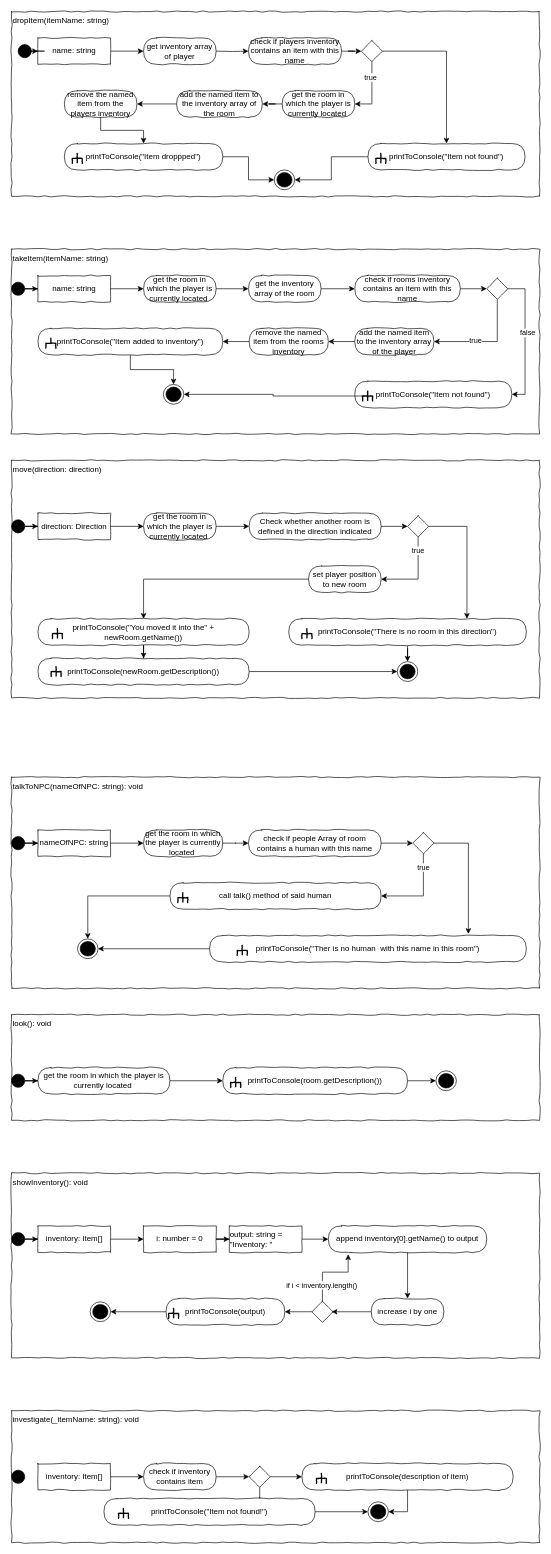
The draw.io diagram page "Player" (2 of 6) of concept/classes.drawio in AljoshaVieth/SoftwareDesignTextAdventure, before the edit. Source tidied: cells renumbered, new cells numbered last; positions are measured from the earlier drawing's top-left corner, leaving out a move shared by most shapes. Both pictures are drawn from the tidied source at 66%, with x=0, y=0 at pixel (11, 11).
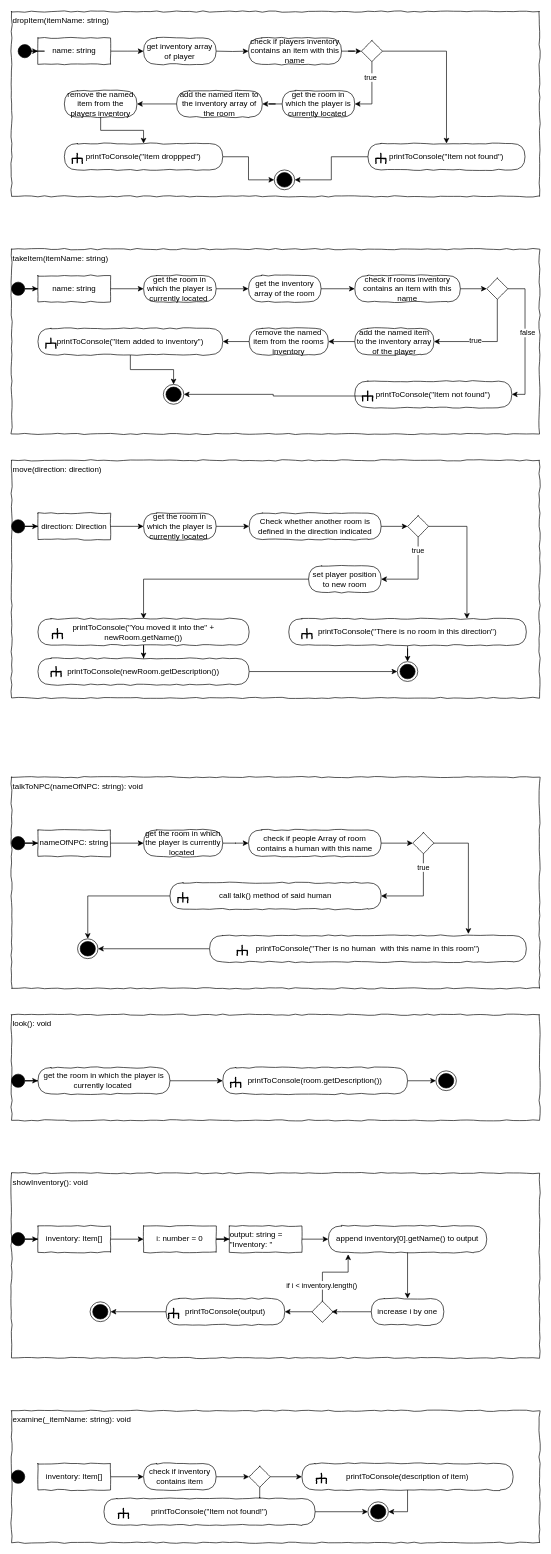
After the change.

Commit message (it also covers changes not shown here):
altered diagram to add examine function(investigate)

Change to the diagram source:
```diff
@@
-    <mxCell id="155" value="&lt;div style=&quot;text-align: left&quot;&gt;&lt;span&gt;investigate(_itemName: string): void&lt;/span&gt;&lt;/div&gt;" style="rounded=0;whiteSpace=wrap;html=1;shadow=0;glass=0;comic=1;strokeColor=#000000;labelPosition=center;verticalLabelPosition=middle;align=left;verticalAlign=top;absoluteArcSize=1;arcSize=50;" parent="1" vertex="1">
+    <mxCell id="155" value="&lt;div style=&quot;text-align: left&quot;&gt;&lt;span&gt;examine(_itemName: string): void&lt;/span&gt;&lt;/div&gt;" style="rounded=0;whiteSpace=wrap;html=1;shadow=0;glass=0;comic=1;strokeColor=#000000;labelPosition=center;verticalLabelPosition=middle;align=left;verticalAlign=top;absoluteArcSize=1;arcSize=50;" parent="1" vertex="1">
       <mxGeometry y="2120" width="800" height="200" as="geometry" />
     </mxCell>
```
